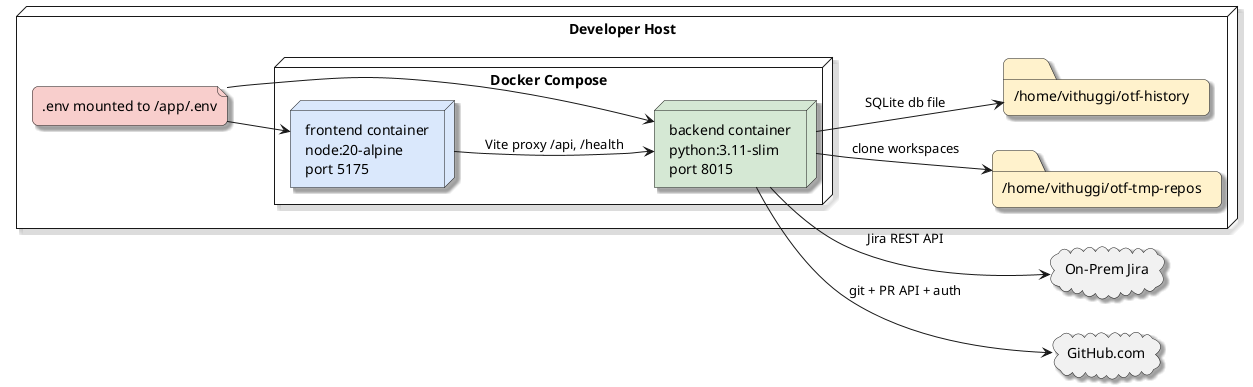
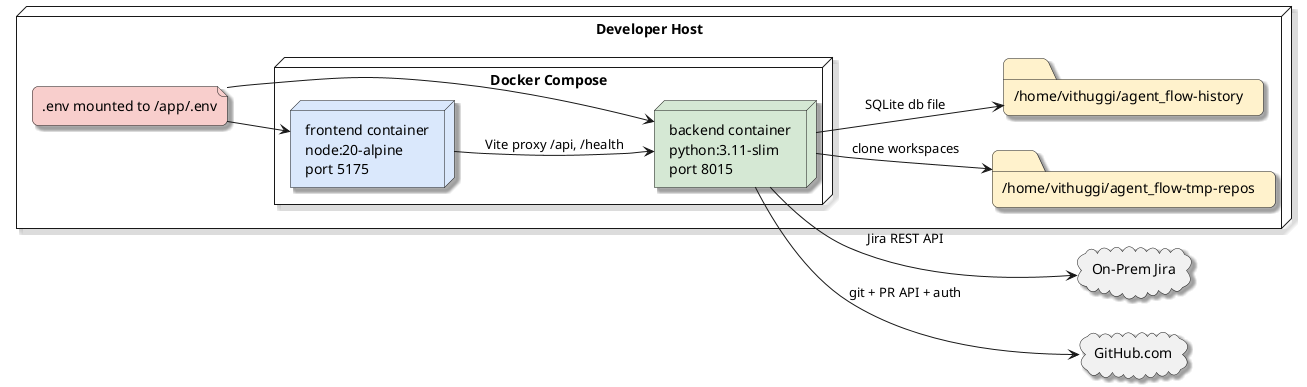
@startuml
skinparam shadowing true
skinparam roundcorner 12
left to right direction

node "Developer Host" as Host {
  node "Docker Compose" as Compose {
    node "frontend container\nnode:20-alpine\nport 5175" as Frontend #dae8fc
    node "backend container\npython:3.11-slim\nport 8015" as Backend #d5e8d4
  }

-   folder "/home/vithuggi/otf-tmp-repos" as TmpRepos #fff2cc
-   folder "/home/vithuggi/otf-history" as HistoryDir #fff2cc
+   folder "/home/vithuggi/agent_flow-tmp-repos" as TmpRepos #fff2cc
+   folder "/home/vithuggi/agent_flow-history" as HistoryDir #fff2cc
  file ".env mounted to /app/.env" as EnvFile #f8cecc
}

cloud "On-Prem Jira" as Jira
cloud "GitHub.com" as GitHub

Frontend --> Backend : Vite proxy /api, /health
Backend --> Jira : Jira REST API
Backend --> GitHub : git + PR API + auth
Backend --> TmpRepos : clone workspaces
Backend --> HistoryDir : SQLite db file
EnvFile --> Frontend
EnvFile --> Backend

@enduml
